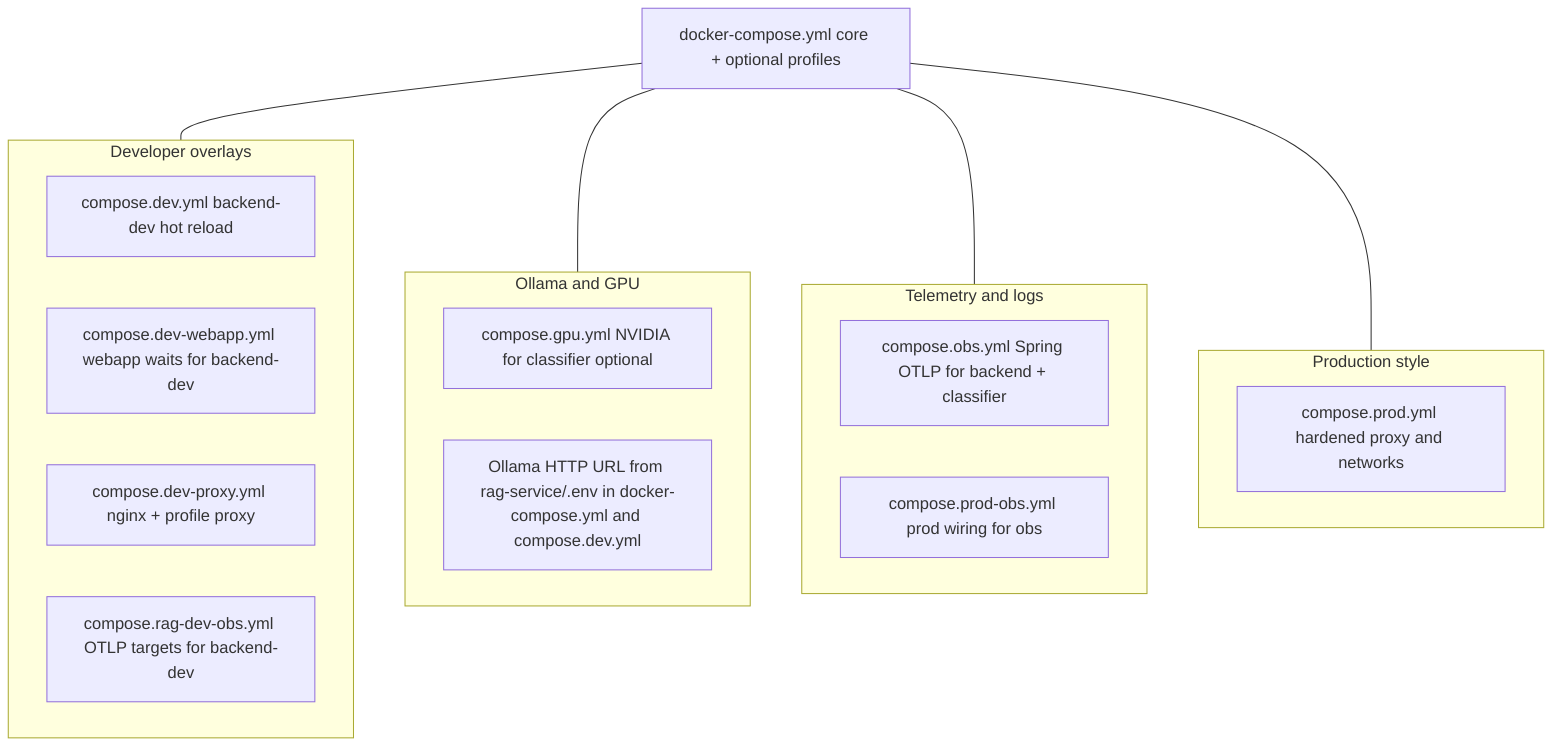
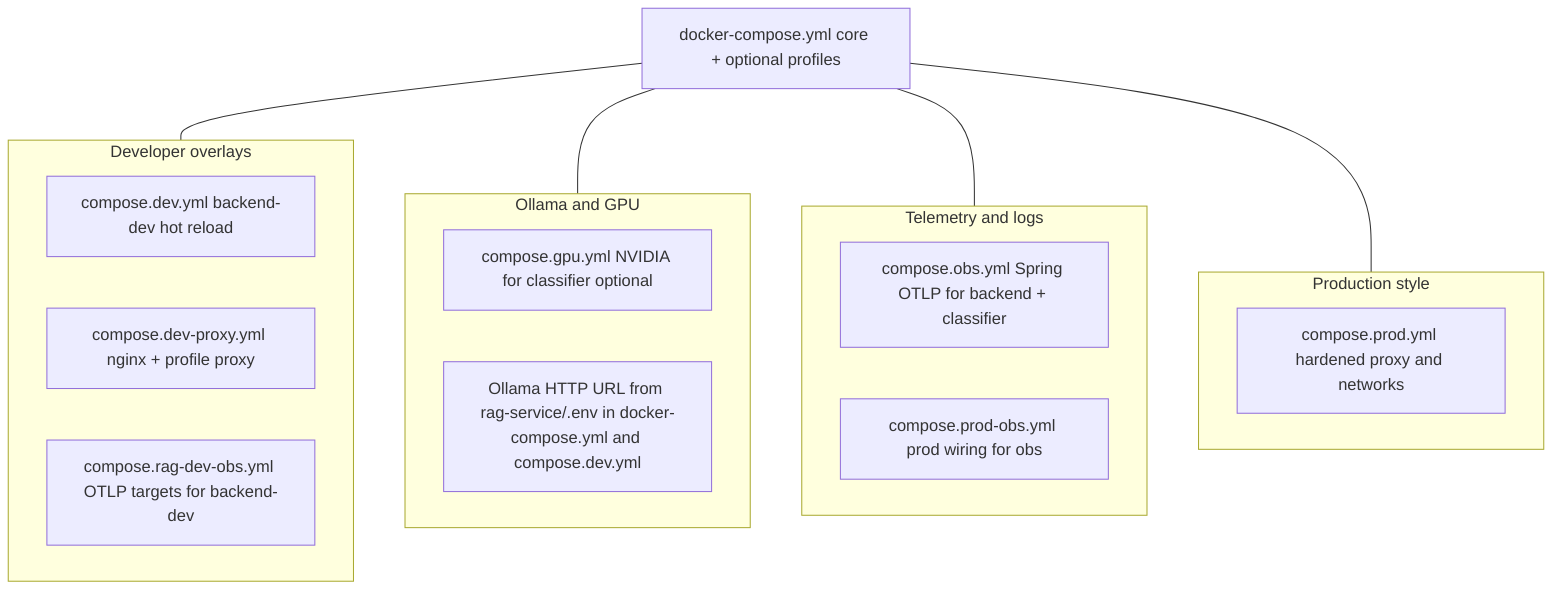
%% Grouping: merge order = docker/scripts/docker-compose.sh
flowchart TB
  BASE[docker-compose.yml core + optional profiles]

  subgraph devfam [Developer overlays]
    D1[compose.dev.yml backend-dev hot reload]
-     D2[compose.dev-webapp.yml webapp waits for backend-dev]
    D4[compose.dev-proxy.yml nginx + profile proxy]
    D5[compose.rag-dev-obs.yml OTLP targets for backend-dev]
  end

  subgraph ollfam [Ollama and GPU]
    G0[compose.gpu.yml NVIDIA for classifier optional]
    G3["Ollama HTTP URL from rag-service/.env in docker-compose.yml and compose.dev.yml"]
  end

  subgraph tel [Telemetry and logs]
    T1[compose.obs.yml Spring OTLP for backend + classifier]
    T4[compose.prod-obs.yml prod wiring for obs]
  end

  subgraph prodfam [Production style]
    P1[compose.prod.yml hardened proxy and networks]
  end

  BASE --- devfam
  BASE --- ollfam
  BASE --- tel
  BASE --- prodfam
